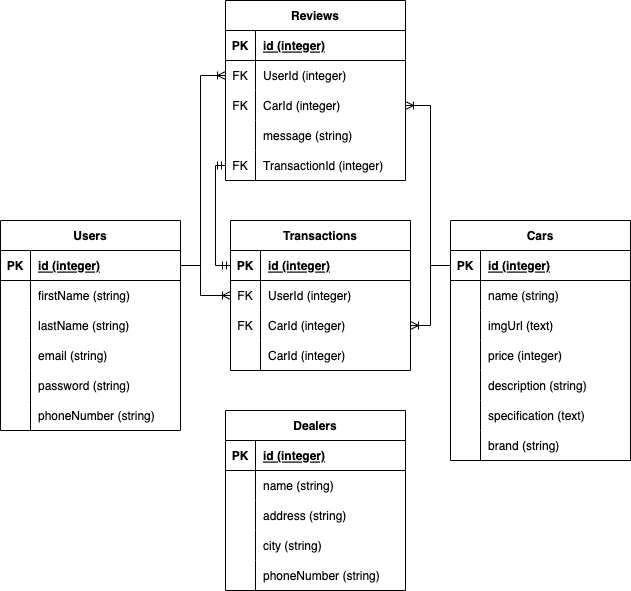
Earlier version of the draw.io export ERD.png (rmt-30-dahlia-fox/p2-iproject-server). Source tidied: cells renumbered, new cells last; positions are measured from the earlier drawing's top-left corner, leaving out a move shared by most shapes.
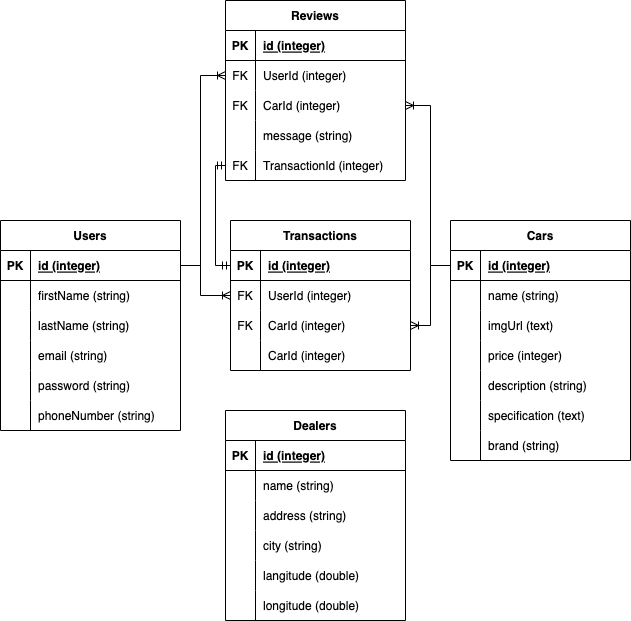
Above is the later version.

Commit message:
revise erd

The edit, as a diff of the source:
```diff
@@ -224,7 +224,7 @@
       </mxGeometry>
     </mxCell>
     <mxCell id="74" value="Dealers" style="shape=table;startSize=30;rowLines=0;fontStyle=1;align=center;" parent="1" vertex="1">
-      <mxGeometry x="225" y="410" width="180" height="180" as="geometry" />
+      <mxGeometry x="225" y="410" width="180" height="210" as="geometry" />
     </mxCell>
     <mxCell id="75" style="shape=tableRow;horizontal=0;startSize=0;swimlaneHead=0;swimlaneBody=0;fillColor=none;top=0;left=0;right=0;bottom=1;" parent="74" vertex="1">
       <mxGeometry y="30" width="180" height="30" as="geometry" />
@@ -268,9 +268,18 @@
     <mxCell id="88" style="shape=partialRectangle;fillColor=none;top=0;left=0;bottom=0;right=0;overflow=hidden;" parent="87" vertex="1">
       <mxGeometry width="30" height="30" as="geometry" />
     </mxCell>
-    <mxCell id="89" value="phoneNumber (string)" style="shape=partialRectangle;fillColor=none;top=0;left=0;bottom=0;right=0;align=left;spacingLeft=6;overflow=hidden;" parent="87" vertex="1">
+    <mxCell id="89" value="langitude (double)" style="shape=partialRectangle;fillColor=none;top=0;left=0;bottom=0;right=0;align=left;spacingLeft=6;overflow=hidden;" parent="87" vertex="1">
       <mxGeometry x="30" width="150" height="30" as="geometry" />
     </mxCell>
+    <mxCell id="93" style="shape=tableRow;horizontal=0;startSize=0;swimlaneHead=0;swimlaneBody=0;fillColor=none;top=0;left=0;right=0;bottom=0;" parent="74" vertex="1">
+      <mxGeometry y="180" width="180" height="30" as="geometry" />
+    </mxCell>
+    <mxCell id="94" style="shape=partialRectangle;fillColor=none;top=0;left=0;bottom=0;right=0;overflow=hidden;" parent="93" vertex="1">
+      <mxGeometry width="30" height="30" as="geometry" />
+    </mxCell>
+    <mxCell id="95" value="longitude (double)" style="shape=partialRectangle;fillColor=none;top=0;left=0;bottom=0;right=0;align=left;spacingLeft=6;overflow=hidden;" parent="93" vertex="1">
+      <mxGeometry x="30" width="150" height="30" as="geometry" />
+    </mxCell>
     <mxCell id="90" style="edgeStyle=orthogonalEdgeStyle;fontSize=12;html=1;endArrow=ERoneToMany;rounded=0;exitX=1;exitY=0.5;exitDx=0;exitDy=0;entryX=0;entryY=0.5;entryDx=0;entryDy=0;" parent="1" edge="1" source="25" target="47">
       <mxGeometry relative="1" as="geometry">
         <Array as="points">
```
